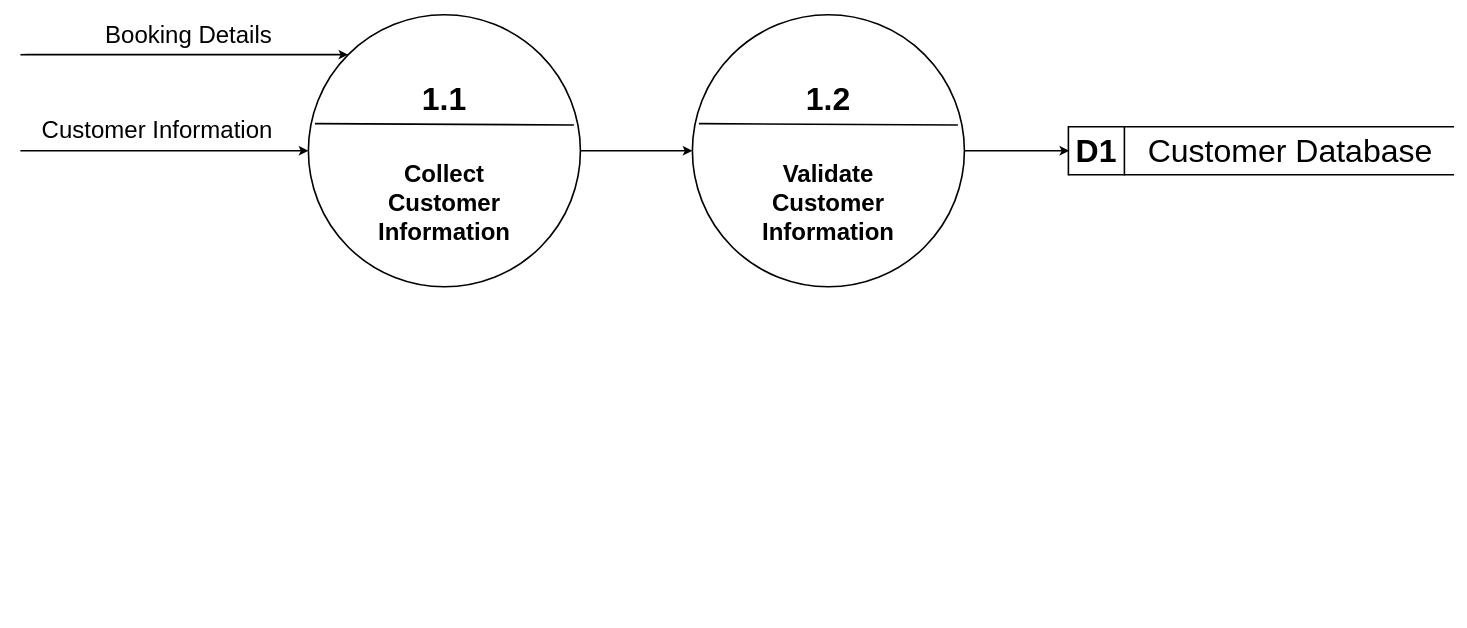
This is CC13/ExplosionOFPRocess1.0.drawio from doyaoencab/draw.io, a draw.io file, before an edit. Source tidied: cells renumbered, new cells numbered last; positions are measured from the earlier drawing's top-left corner, leaving out a move shared by most shapes. Both pictures are drawn from the tidied source at 80%, with x=0, y=0 at pixel (20, -42).
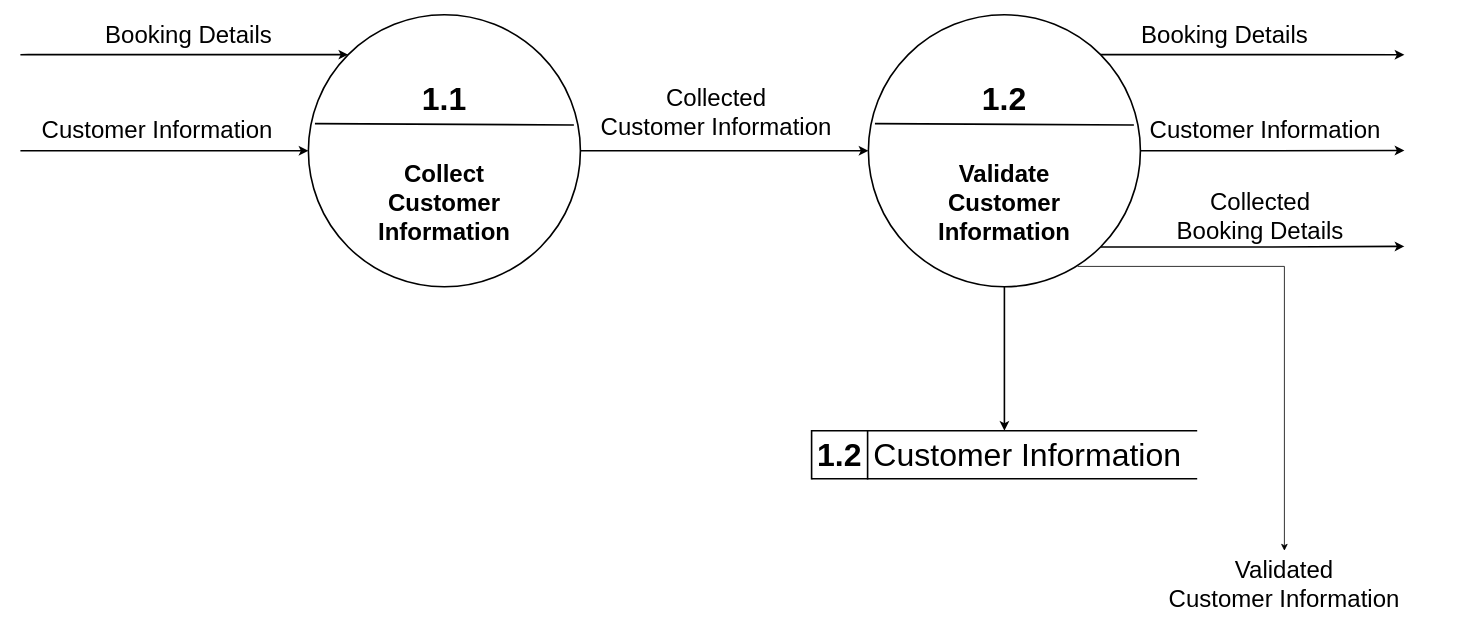
After the change.

Diff of the diagram source:
```diff
@@
-    <mxCell id="11" value="&lt;font style=&quot;font-size: 40px;&quot;&gt;D1&lt;/font&gt;" style="shape=partialRectangle;whiteSpace=wrap;html=1;top=0;bottom=0;fillColor=none;fontStyle=1;strokeWidth=2;" parent="1" vertex="1">
-      <mxGeometry x="1310" y="210" width="70" height="60" as="geometry" />
+    <mxCell id="11" value="&lt;font style=&quot;font-size: 40px;&quot;&gt;1.2&lt;/font&gt;" style="shape=partialRectangle;whiteSpace=wrap;html=1;top=0;bottom=0;fillColor=none;fontStyle=1;strokeWidth=2;" parent="1" vertex="1">
+      <mxGeometry x="989" y="590" width="70" height="60" as="geometry" />
     </mxCell>
     <mxCell id="12" style="shape=partialRectangle;whiteSpace=wrap;html=1;top=0;bottom=0;fillColor=none;rotation=90;fontStyle=1;strokeWidth=2;" parent="1" vertex="1">
-      <mxGeometry x="1521" width="60" height="480" as="geometry" />
+      <mxGeometry x="1200" y="380" width="60" height="480" as="geometry" />
     </mxCell>
-    <mxCell id="13" value="&lt;font style=&quot;font-size: 40px;&quot;&gt;Customer Database&lt;/font&gt;" style="text;html=1;align=center;verticalAlign=middle;whiteSpace=wrap;rounded=0;strokeWidth=2;" parent="1" vertex="1">
-      <mxGeometry x="1396" y="225" width="383" height="30" as="geometry" />
+    <mxCell id="13" value="&lt;font style=&quot;font-size: 40px;&quot;&gt;Customer Information&lt;/font&gt;" style="text;html=1;align=center;verticalAlign=middle;whiteSpace=wrap;rounded=0;strokeWidth=2;" parent="1" vertex="1">
+      <mxGeometry x="1061" y="605" width="396" height="30" as="geometry" />
     </mxCell>
-    <mxCell id="14" style="edgeStyle=orthogonalEdgeStyle;rounded=0;jettySize=auto;html=1;entryX=0.5;entryY=1;entryDx=0;entryDy=0;strokeWidth=2;" parent="1" edge="1" source="15" target="12">
+    <mxCell id="14" style="edgeStyle=orthogonalEdgeStyle;rounded=0;jettySize=auto;html=1;entryX=0;entryY=0.5;entryDx=0;entryDy=0;strokeWidth=2;" parent="1" edge="1" source="15" target="12">
       <mxGeometry relative="1" as="geometry" />
     </mxCell>
+    <mxCell id="19" style="edgeStyle=orthogonalEdgeStyle;rounded=0;jettySize=auto;html=1;exitX=1;exitY=0;exitDx=0;exitDy=0;strokeWidth=2;" parent="1" edge="1" source="15">
+      <mxGeometry relative="1" as="geometry">
+        <mxPoint x="1730" y="120" as="targetPoint" />
+      </mxGeometry>
+    </mxCell>
+    <mxCell id="20" style="edgeStyle=orthogonalEdgeStyle;rounded=0;jettySize=auto;html=1;exitX=1;exitY=0.5;exitDx=0;exitDy=0;strokeWidth=2;" parent="1" edge="1" source="15">
+      <mxGeometry relative="1" as="geometry">
+        <mxPoint x="1730" y="239.7" as="targetPoint" />
+      </mxGeometry>
+    </mxCell>
+    <mxCell id="21" style="edgeStyle=orthogonalEdgeStyle;rounded=0;jettySize=auto;html=1;exitX=1;exitY=1;exitDx=0;exitDy=0;strokeWidth=2;" parent="1" edge="1" source="15">
+      <mxGeometry relative="1" as="geometry">
+        <mxPoint x="1730" y="359.5" as="targetPoint" />
+      </mxGeometry>
+    </mxCell>
     <mxCell id="15" style="ellipse;whiteSpace=wrap;html=1;strokeWidth=2;" parent="1" vertex="1">
-      <mxGeometry x="840" y="70" width="340" height="340" as="geometry" />
+      <mxGeometry x="1060" y="70" width="340" height="340" as="geometry" />
     </mxCell>
@@
     <mxCell id="17" value="&lt;b&gt;&lt;font&gt;1.2&lt;/font&gt;&lt;/b&gt;" style="text;html=1;align=center;verticalAlign=middle;whiteSpace=wrap;rounded=0;fontSize=40;strokeWidth=2;" parent="1" vertex="1">
-      <mxGeometry x="980" y="160" width="60" height="30" as="geometry" />
+      <mxGeometry x="1200" y="160" width="60" height="30" as="geometry" />
     </mxCell>
     <mxCell id="18" value="&lt;b&gt;&lt;font style=&quot;font-size: 30px;&quot;&gt;Validate Customer Information&lt;/font&gt;&lt;/b&gt;" style="text;html=1;align=center;verticalAlign=middle;whiteSpace=wrap;rounded=0;strokeWidth=2;" parent="1" vertex="1">
-      <mxGeometry x="910" y="225" width="200" height="160" as="geometry" />
+      <mxGeometry x="1130" y="225" width="200" height="160" as="geometry" />
     </mxCell>
+    <mxCell id="22" value="&lt;span style=&quot;color: rgb(0, 0, 0); font-family: Helvetica; font-style: normal; font-variant-ligatures: normal; font-variant-caps: normal; font-weight: 400; letter-spacing: normal; orphans: 2; text-indent: 0px; text-transform: none; widows: 2; word-spacing: 0px; -webkit-text-stroke-width: 0px; white-space: nowrap; background-color: rgb(255, 255, 255); text-decoration-thickness: initial; text-decoration-style: initial; text-decoration-color: initial; float: none; display: inline !important;&quot;&gt;&lt;font style=&quot;font-size: 30px;&quot;&gt;Collected&lt;/font&gt;&lt;/span&gt;&lt;div style=&quot;&quot;&gt;&lt;span style=&quot;color: rgb(0, 0, 0); font-family: Helvetica; font-style: normal; font-variant-ligatures: normal; font-variant-caps: normal; font-weight: 400; letter-spacing: normal; orphans: 2; text-indent: 0px; text-transform: none; widows: 2; word-spacing: 0px; -webkit-text-stroke-width: 0px; white-space: nowrap; background-color: rgb(255, 255, 255); text-decoration-thickness: initial; text-decoration-style: initial; text-decoration-color: initial; float: none; display: inline !important;&quot;&gt;&lt;font style=&quot;font-size: 30px;&quot;&gt;Customer Information&lt;/font&gt;&lt;/span&gt;&lt;/div&gt;" style="text;whiteSpace=wrap;html=1;align=center;" parent="1" vertex="1">
+      <mxGeometry x="720" y="150" width="300" height="50" as="geometry" />
+    </mxCell>
+    <mxCell id="23" style="edgeStyle=orthogonalEdgeStyle;rounded=0;jettySize=auto;html=1;exitX=0.5;exitY=0;exitDx=0;exitDy=0;entryX=0.958;entryY=0.997;entryDx=0;entryDy=0;startArrow=classic;startFill=1;endArrow=none;endFill=0;entryPerimeter=0;" parent="1" edge="1" source="24" target="18">
+      <mxGeometry relative="1" as="geometry">
+        <Array as="points">
+          <mxPoint x="1580" y="385" />
+        </Array>
+      </mxGeometry>
+    </mxCell>
+    <mxCell id="24" value="&lt;span style=&quot;color: rgb(0, 0, 0); font-family: Helvetica; font-style: normal; font-variant-ligatures: normal; font-variant-caps: normal; font-weight: 400; letter-spacing: normal; orphans: 2; text-indent: 0px; text-transform: none; widows: 2; word-spacing: 0px; -webkit-text-stroke-width: 0px; white-space: nowrap; background-color: rgb(255, 255, 255); text-decoration-thickness: initial; text-decoration-style: initial; text-decoration-color: initial; float: none; display: inline !important;&quot;&gt;&lt;font style=&quot;font-size: 30px;&quot;&gt;Validated&lt;/font&gt;&lt;/span&gt;&lt;div style=&quot;&quot;&gt;&lt;span style=&quot;color: rgb(0, 0, 0); font-family: Helvetica; font-style: normal; font-variant-ligatures: normal; font-variant-caps: normal; font-weight: 400; letter-spacing: normal; orphans: 2; text-indent: 0px; text-transform: none; widows: 2; word-spacing: 0px; -webkit-text-stroke-width: 0px; white-space: nowrap; background-color: rgb(255, 255, 255); text-decoration-thickness: initial; text-decoration-style: initial; text-decoration-color: initial; float: none; display: inline !important;&quot;&gt;&lt;font style=&quot;font-size: 30px;&quot;&gt;Customer Information&lt;/font&gt;&lt;/span&gt;&lt;/div&gt;" style="text;whiteSpace=wrap;html=1;align=center;" parent="1" vertex="1">
+      <mxGeometry x="1430" y="740" width="300" height="80" as="geometry" />
+    </mxCell>
+    <mxCell id="25" value="&lt;font style=&quot;font-size: 30px;&quot;&gt;Booking Details&lt;/font&gt;" style="text;html=1;align=center;verticalAlign=middle;strokeColor=none;fillColor=none;" parent="1" vertex="1">
+      <mxGeometry x="1390" y="70" width="230" height="50" as="geometry" />
+    </mxCell>
+    <mxCell id="26" value="&lt;span style=&quot;color: rgb(0, 0, 0); font-family: Helvetica; font-style: normal; font-variant-ligatures: normal; font-variant-caps: normal; font-weight: 400; letter-spacing: normal; orphans: 2; text-align: center; text-indent: 0px; text-transform: none; widows: 2; word-spacing: 0px; -webkit-text-stroke-width: 0px; white-space: nowrap; background-color: rgb(255, 255, 255); text-decoration-thickness: initial; text-decoration-style: initial; text-decoration-color: initial; float: none; display: inline !important;&quot;&gt;&lt;font style=&quot;font-size: 30px;&quot;&gt;Customer Information&lt;/font&gt;&lt;/span&gt;" style="text;whiteSpace=wrap;html=1;" parent="1" vertex="1">
+      <mxGeometry x="1410" y="190" width="300" height="50" as="geometry" />
+    </mxCell>
+    <mxCell id="27" value="&lt;span style=&quot;font-size: 30px; text-wrap-mode: nowrap; background-color: rgb(255, 255, 255);&quot;&gt;Collected&lt;/span&gt;&lt;div&gt;&lt;span style=&quot;font-size: 30px; text-wrap-mode: nowrap; background-color: rgb(255, 255, 255);&quot;&gt;Booking Details&lt;/span&gt;&lt;/div&gt;" style="text;whiteSpace=wrap;html=1;align=center;" parent="1" vertex="1">
+      <mxGeometry x="1400" y="280" width="300" height="50" as="geometry" />
+    </mxCell>
```
